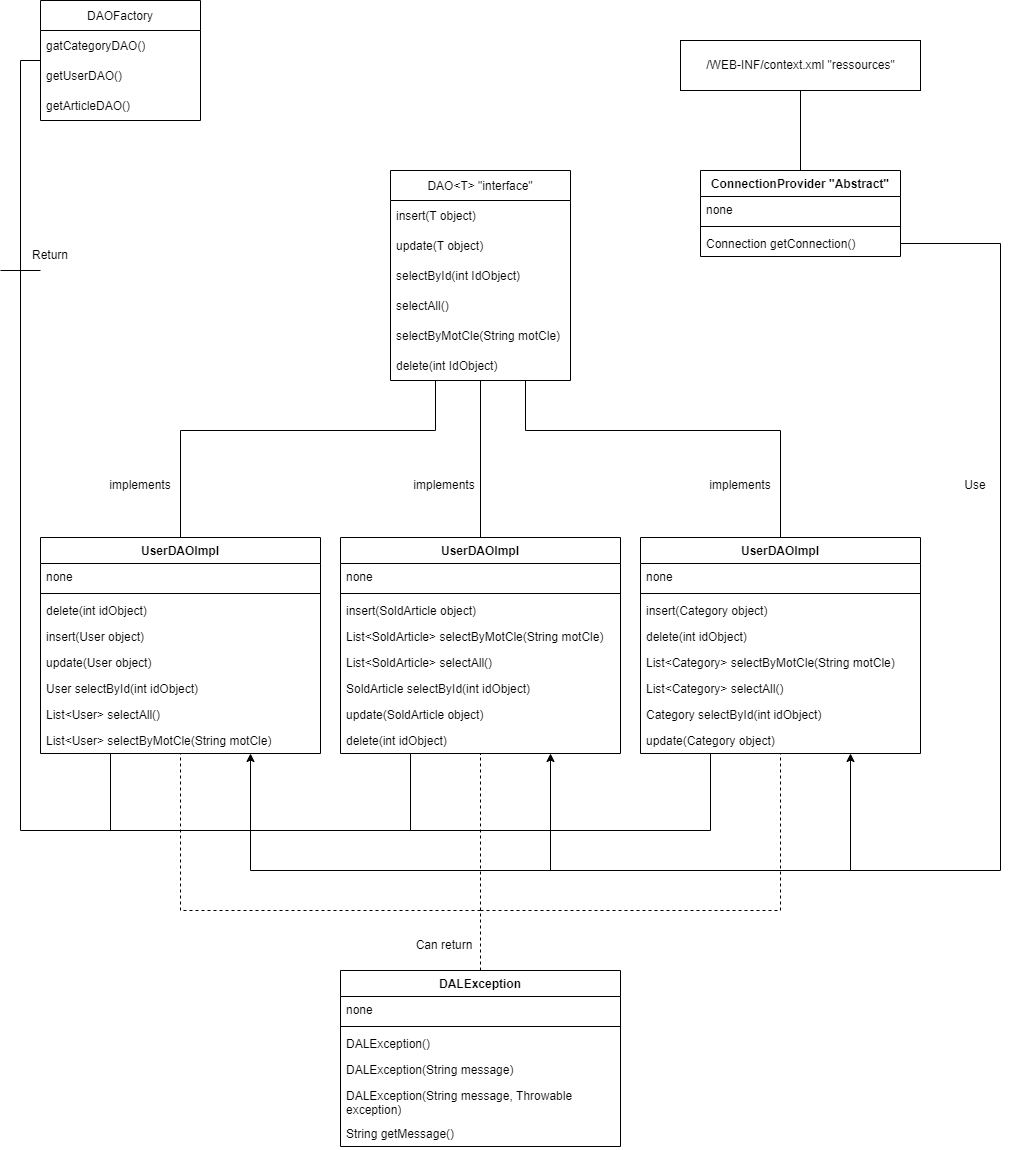
Before: Diagram/Diagram DAL.png, a diagram exported from draw.io (Deadrix/ENCHERES-ENI). Source tidied: cells renumbered, new cells last; positions are measured from the earlier drawing's top-left corner, leaving out a move shared by most shapes.
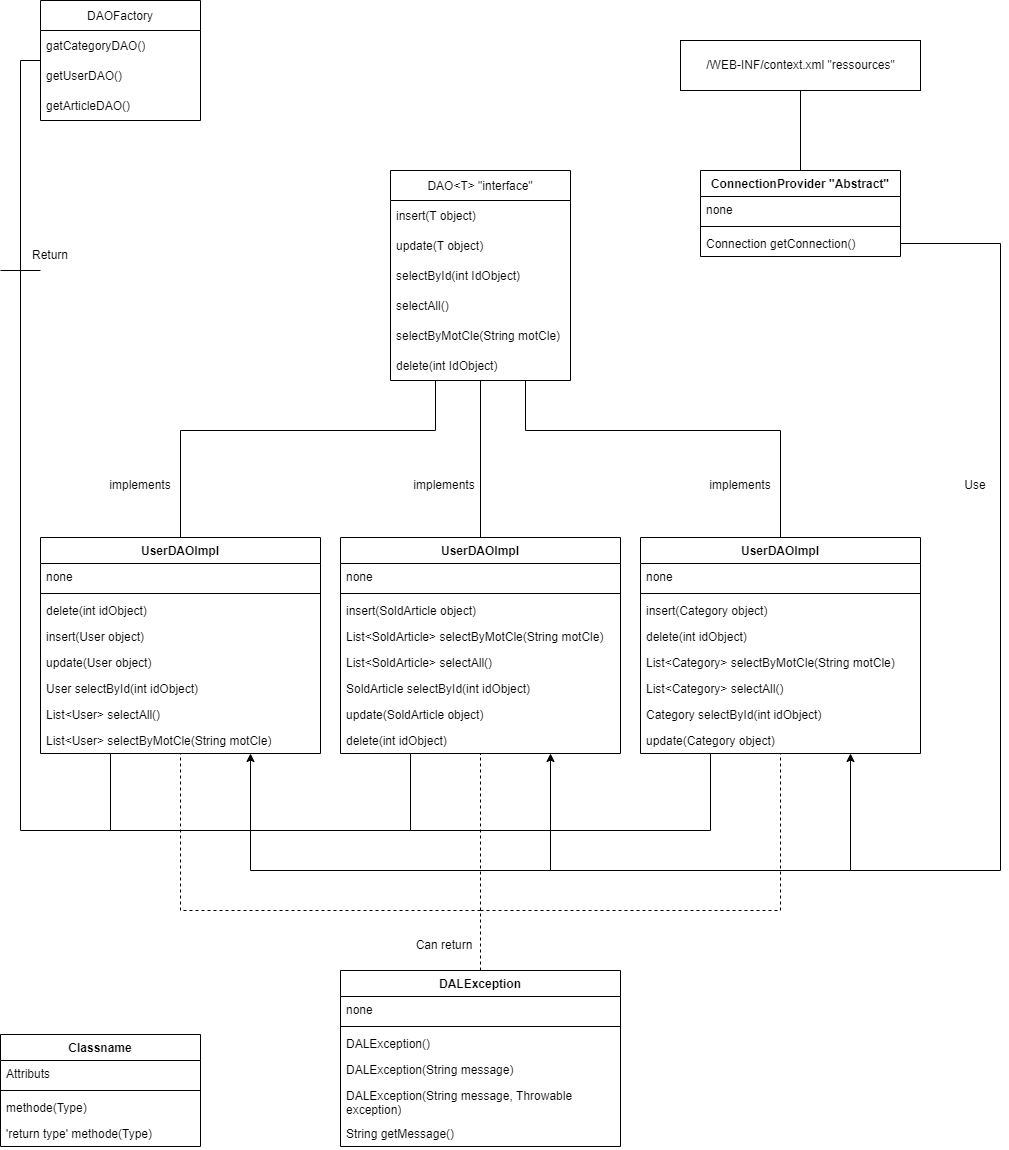
After the change.

Change to the diagram source:
```diff
@@ -257,5 +257,20 @@
         <mxPoint x="480" y="910" as="sourcePoint" />
       </mxGeometry>
     </mxCell>
+    <mxCell id="72" value="Classname" style="swimlane;fontStyle=1;align=center;verticalAlign=top;horizontal=1;startSize=26;" parent="1" vertex="1">
+      <mxGeometry y="1034" width="200" height="112" as="geometry" />
+    </mxCell>
+    <mxCell id="73" value="Attributs" style="text;strokeColor=none;fillColor=none;align=left;verticalAlign=top;spacingLeft=4;spacingRight=4;overflow=hidden;" parent="72" vertex="1">
+      <mxGeometry y="26" width="200" height="26" as="geometry" />
+    </mxCell>
+    <mxCell id="74" style="line;strokeWidth=1;fillColor=none;align=left;verticalAlign=middle;spacingTop=-1;spacingLeft=3;spacingRight=3;labelPosition=right;" parent="72" vertex="1">
+      <mxGeometry y="52" width="200" height="8" as="geometry" />
+    </mxCell>
+    <mxCell id="75" value="methode(Type)" style="text;strokeColor=none;fillColor=none;align=left;verticalAlign=top;spacingLeft=4;spacingRight=4;overflow=hidden;" parent="72" vertex="1">
+      <mxGeometry y="60" width="200" height="26" as="geometry" />
+    </mxCell>
+    <mxCell id="76" value="'return type' methode(Type)" style="text;strokeColor=none;fillColor=none;align=left;verticalAlign=top;spacingLeft=4;spacingRight=4;overflow=hidden;" parent="72" vertex="1">
+      <mxGeometry y="86" width="200" height="26" as="geometry" />
+    </mxCell>
   </root>
 </mxGraphModel>
```
